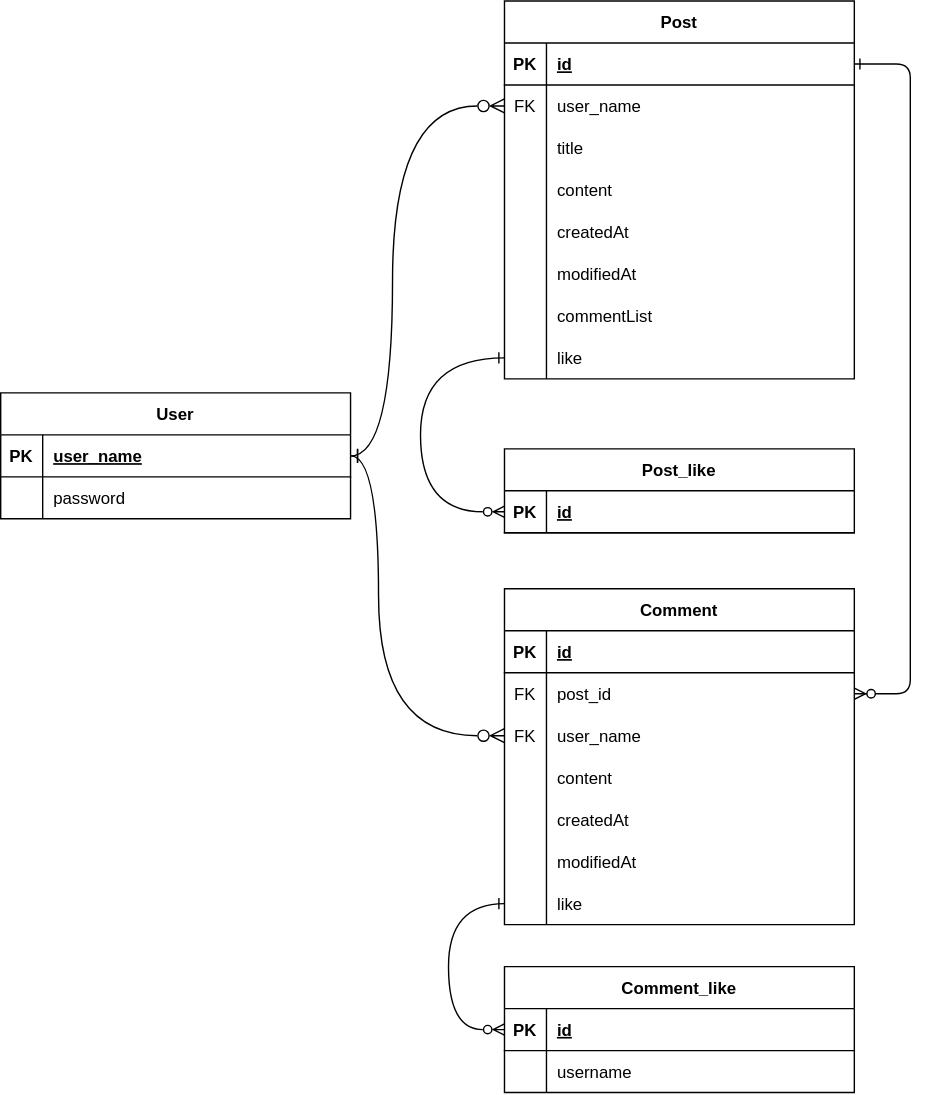
This is ERD.drawio.svg from KIMJIHYEON1994/hh99-spring_post_lv5, a draw.io export, as it was before one commit. Source tidied: cells renumbered, new cells last; positions are measured from the earlier drawing's top-left corner, leaving out a move shared by most shapes.
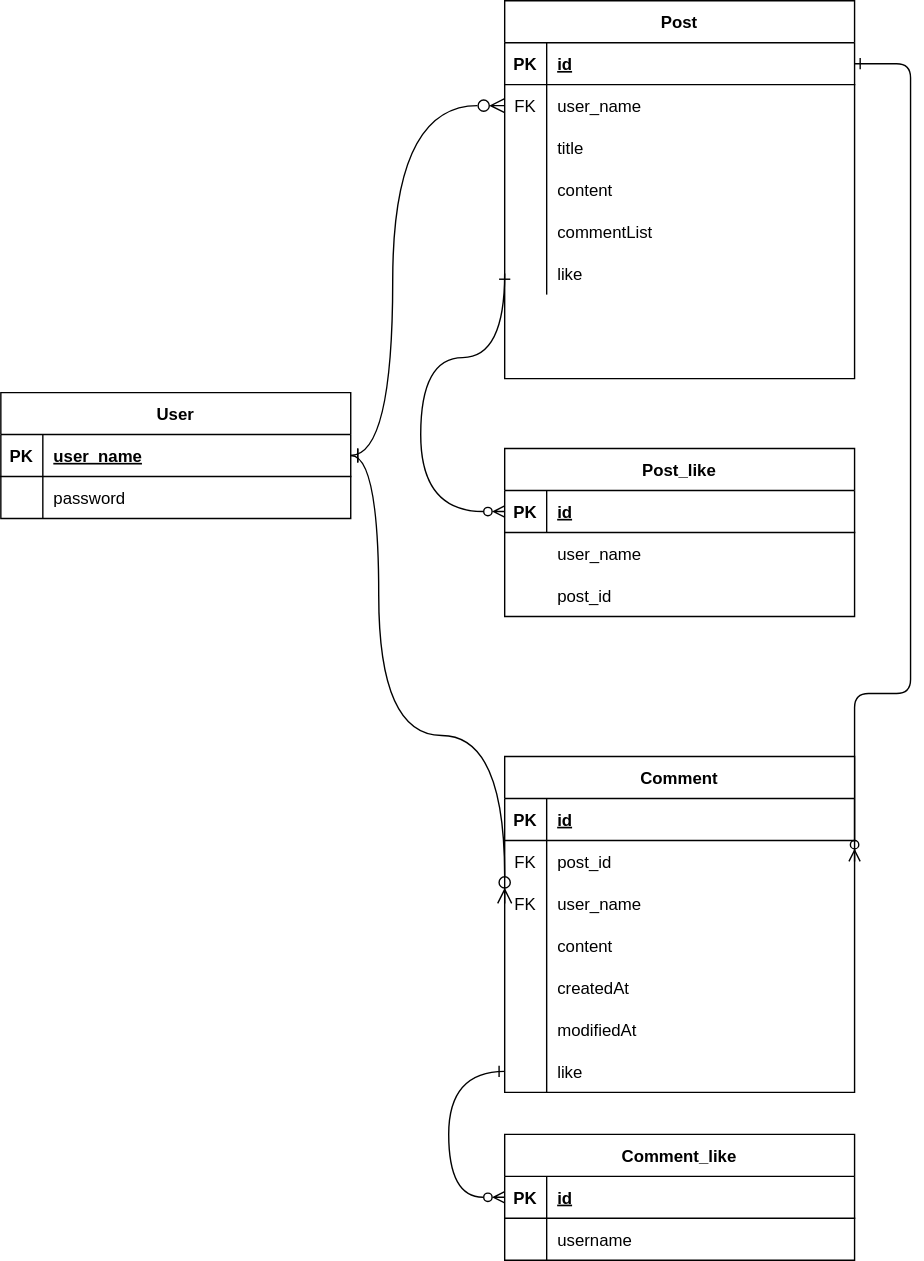
Later version of the same file.

What changed in the source:
```diff
@@ -49,26 +49,8 @@
     <mxCell id="15" value="content" style="shape=partialRectangle;overflow=hidden;fillColor=none;top=0;left=0;bottom=0;right=0;align=left;spacingLeft=6;" parent="13" vertex="1">
       <mxGeometry x="30" width="220" height="30" as="geometry" />
     </mxCell>
-    <mxCell id="16" style="shape=partialRectangle;fillColor=none;top=0;left=0;right=0;bottom=0;" parent="3" vertex="1">
-      <mxGeometry y="150" width="250" height="30" as="geometry" />
-    </mxCell>
-    <mxCell id="17" style="shape=partialRectangle;overflow=hidden;fillColor=none;top=0;left=0;bottom=0;right=0;" parent="16" vertex="1">
-      <mxGeometry width="30" height="30" as="geometry" />
-    </mxCell>
-    <mxCell id="18" value="createdAt" style="shape=partialRectangle;overflow=hidden;fillColor=none;top=0;left=0;bottom=0;right=0;align=left;spacingLeft=6;" parent="16" vertex="1">
-      <mxGeometry x="30" width="220" height="30" as="geometry" />
-    </mxCell>
-    <mxCell id="19" style="shape=partialRectangle;fillColor=none;top=0;left=0;right=0;bottom=0;" parent="3" vertex="1">
-      <mxGeometry y="180" width="250" height="30" as="geometry" />
-    </mxCell>
-    <mxCell id="20" style="shape=partialRectangle;overflow=hidden;fillColor=none;top=0;left=0;bottom=0;right=0;" parent="19" vertex="1">
-      <mxGeometry width="30" height="30" as="geometry" />
-    </mxCell>
-    <mxCell id="21" value="modifiedAt" style="shape=partialRectangle;overflow=hidden;fillColor=none;top=0;left=0;bottom=0;right=0;align=left;spacingLeft=6;" parent="19" vertex="1">
-      <mxGeometry x="30" width="220" height="30" as="geometry" />
-    </mxCell>
     <mxCell id="22" style="shape=partialRectangle;fillColor=none;top=0;left=0;right=0;bottom=0;" parent="3" vertex="1">
-      <mxGeometry y="210" width="250" height="30" as="geometry" />
+      <mxGeometry y="150" width="250" height="30" as="geometry" />
     </mxCell>
     <mxCell id="23" style="shape=partialRectangle;overflow=hidden;fillColor=none;top=0;left=0;bottom=0;right=0;" parent="22" vertex="1">
       <mxGeometry width="30" height="30" as="geometry" />
@@ -77,7 +59,7 @@
       <mxGeometry x="30" width="220" height="30" as="geometry" />
     </mxCell>
     <mxCell id="25" style="shape=partialRectangle;fillColor=none;points=[[0,0.5],[1,0.5]];portConstraint=eastwest;top=0;left=0;right=0;bottom=0;" parent="3" vertex="1">
-      <mxGeometry y="240" width="250" height="30" as="geometry" />
+      <mxGeometry y="180" width="250" height="30" as="geometry" />
     </mxCell>
     <mxCell id="26" style="shape=partialRectangle;overflow=hidden;fillColor=none;top=0;left=0;bottom=0;right=0;" parent="25" vertex="1">
       <mxGeometry width="30" height="30" as="geometry" />
@@ -115,7 +97,7 @@
       </mxGeometry>
     </mxCell>
     <mxCell id="36" value="Comment" style="shape=table;startSize=30;rowLines=0;fontStyle=1;align=center;" parent="1" vertex="1">
-      <mxGeometry x="360" y="420" width="250" height="240" as="geometry" />
+      <mxGeometry x="360" y="540" width="250" height="240" as="geometry" />
     </mxCell>
     <mxCell id="37" style="shape=partialRectangle;fillColor=none;top=0;left=0;right=0;bottom=1;" parent="36" vertex="1">
       <mxGeometry y="30" width="250" height="30" as="geometry" />
@@ -181,7 +163,7 @@
       <mxGeometry x="30" width="220" height="30" as="geometry" />
     </mxCell>
     <mxCell id="58" value="Comment_like" style="shape=table;startSize=30;rowLines=0;fontStyle=1;align=center;" parent="1" vertex="1">
-      <mxGeometry x="360" y="690" width="250" height="90" as="geometry" />
+      <mxGeometry x="360" y="810" width="250" height="90" as="geometry" />
     </mxCell>
     <mxCell id="59" style="shape=partialRectangle;fillColor=none;points=[[0,0.5],[1,0.5]];portConstraint=eastwest;top=0;left=0;right=0;bottom=1;" parent="58" vertex="1">
       <mxGeometry y="30" width="250" height="30" as="geometry" />
@@ -204,13 +186,13 @@
     <mxCell id="65" style="edgeStyle=orthogonalEdgeStyle;rounded=0;jettySize=auto;html=1;entryX=0;entryY=0.5;entryDx=0;entryDy=0;curved=1;startArrow=ERone;startFill=0;endArrow=ERzeroToMany;endFill=0;" parent="1" edge="1" source="55" target="59">
       <mxGeometry relative="1" as="geometry">
         <Array as="points">
-          <mxPoint x="320" y="645" />
-          <mxPoint x="320" y="735" />
+          <mxPoint x="320" y="765" />
+          <mxPoint x="320" y="855" />
         </Array>
       </mxGeometry>
     </mxCell>
     <mxCell id="66" value="Post_like" style="shape=table;startSize=30;rowLines=0;fontStyle=1;align=center;" parent="1" vertex="1">
-      <mxGeometry x="360" y="320" width="250" height="60" as="geometry" />
+      <mxGeometry x="360" y="320" width="250" height="120" as="geometry" />
     </mxCell>
     <mxCell id="67" style="shape=partialRectangle;fillColor=none;points=[[0,0.5],[1,0.5]];portConstraint=eastwest;top=0;left=0;right=0;bottom=1;" parent="66" vertex="1">
       <mxGeometry y="30" width="250" height="30" as="geometry" />
@@ -237,5 +219,23 @@
         </Array>
       </mxGeometry>
     </mxCell>
+    <mxCell id="72" style="shape=partialRectangle;fillColor=none;top=0;left=0;right=0;bottom=0;" parent="1" vertex="1">
+      <mxGeometry x="360" y="380" width="250" height="30" as="geometry" />
+    </mxCell>
+    <mxCell id="73" style="shape=partialRectangle;overflow=hidden;fillColor=none;top=0;left=0;bottom=0;right=0;" parent="72" vertex="1">
+      <mxGeometry width="30" height="30" as="geometry" />
+    </mxCell>
+    <mxCell id="74" value="user_name" style="shape=partialRectangle;overflow=hidden;fillColor=none;top=0;left=0;bottom=0;right=0;align=left;spacingLeft=6;" parent="72" vertex="1">
+      <mxGeometry x="30" width="220" height="30" as="geometry" />
+    </mxCell>
+    <mxCell id="75" style="shape=partialRectangle;fillColor=none;top=0;left=0;right=0;bottom=0;" parent="1" vertex="1">
+      <mxGeometry x="360" y="410" width="250" height="30" as="geometry" />
+    </mxCell>
+    <mxCell id="76" style="shape=partialRectangle;overflow=hidden;fillColor=none;top=0;left=0;bottom=0;right=0;" parent="75" vertex="1">
+      <mxGeometry width="30" height="30" as="geometry" />
+    </mxCell>
+    <mxCell id="77" value="post_id" style="shape=partialRectangle;overflow=hidden;fillColor=none;top=0;left=0;bottom=0;right=0;align=left;spacingLeft=6;" parent="75" vertex="1">
+      <mxGeometry x="30" width="220" height="30" as="geometry" />
+    </mxCell>
   </root>
 </mxGraphModel>
```
